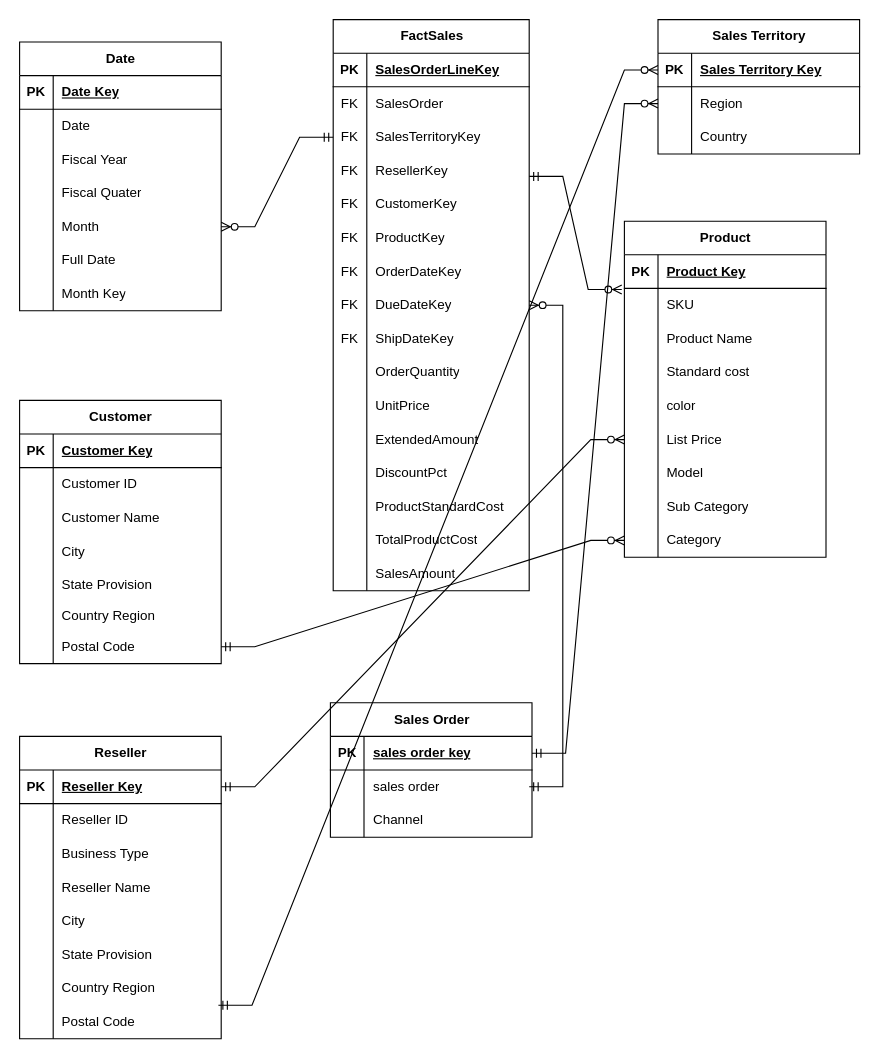
Above: DataStorage_CA.drawio in Gopikuppala7/data-storage-solutions (draw.io), before the change. Source tidied: cells renumbered, new cells numbered last; positions are measured from the earlier drawing's top-left corner, leaving out a move shared by most shapes. Both pictures are drawn from the tidied source at 112%, with x=0, y=0 at pixel (19, 19).
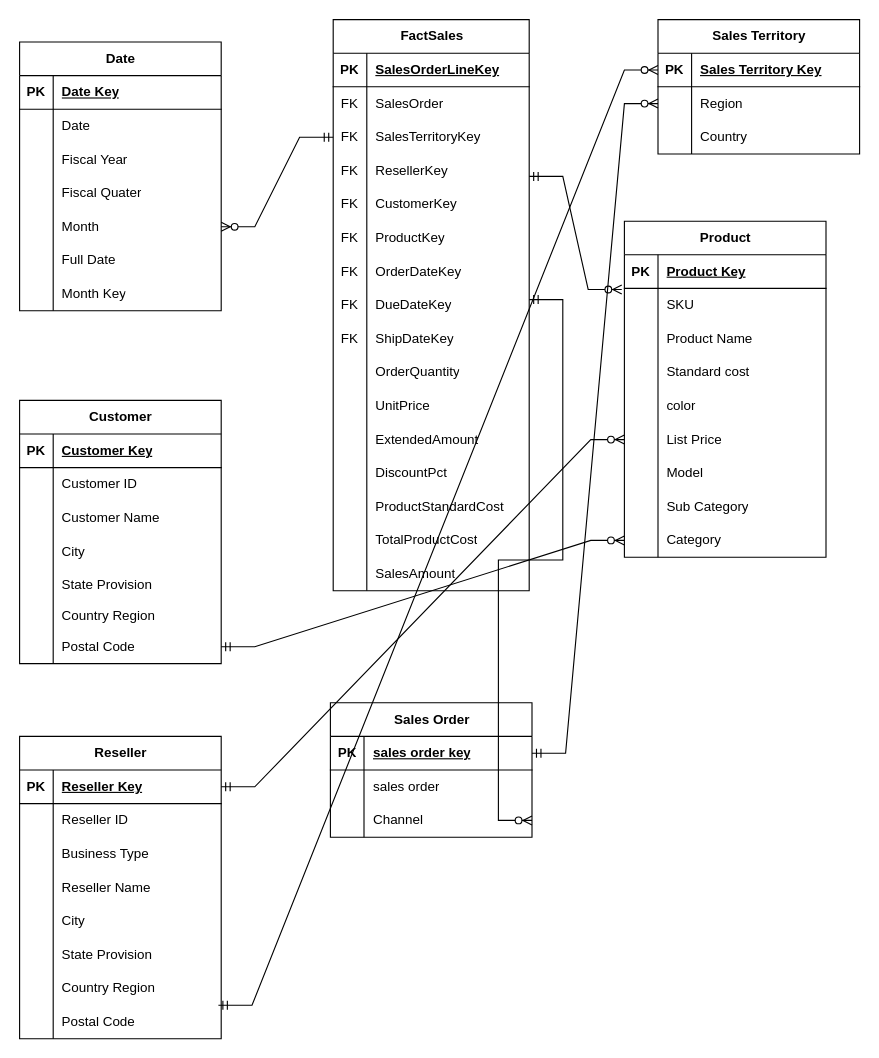
The same page after the edit.

Unchanged cells that the change refers to:
```xml
<mxCell id="24" style="shape=tableRow;horizontal=0;startSize=0;swimlaneHead=0;swimlaneBody=0;fillColor=none;points=[[0,0.5],[1,0.5]];portConstraint=eastwest;top=0;left=0;right=0;bottom=0;" parent="2" vertex="1">
  <mxGeometry y="240" width="175" height="30" as="geometry" />
</mxCell>
<mxCell id="58" style="shape=tableRow;horizontal=0;startSize=0;swimlaneHead=0;swimlaneBody=0;fillColor=none;points=[[0,0.5],[1,0.5]];portConstraint=eastwest;top=0;left=0;right=0;bottom=0;" parent="51" vertex="1">
  <mxGeometry y="90" width="180" height="30" as="geometry" />
</mxCell>
```

What changed in the source:
```diff
@@
-    <mxCell id="169" style="edgeStyle=entityRelationEdgeStyle;fontSize=12;html=1;endArrow=ERzeroToMany;startArrow=ERmandOne;rounded=0;entryX=1;entryY=0.5;entryDx=0;entryDy=0;" parent="1" edge="1" target="24">
+    <mxCell id="169" style="edgeStyle=entityRelationEdgeStyle;fontSize=12;html=1;endArrow=ERzeroToMany;startArrow=ERmandOne;rounded=0;entryX=1;entryY=0.5;entryDx=0;entryDy=0;" parent="1" edge="1" target="58">
       <mxGeometry relative="1" as="geometry">
-        <mxPoint x="455" y="685" as="sourcePoint" />
+        <mxPoint x="455" y="250" as="sourcePoint" />
         <Array as="points">
           <mxPoint x="470" y="685" />
           <mxPoint x="475" y="665" />
+          <mxPoint x="540" y="620" />
         </Array>
       </mxGeometry>
     </mxCell>
```
